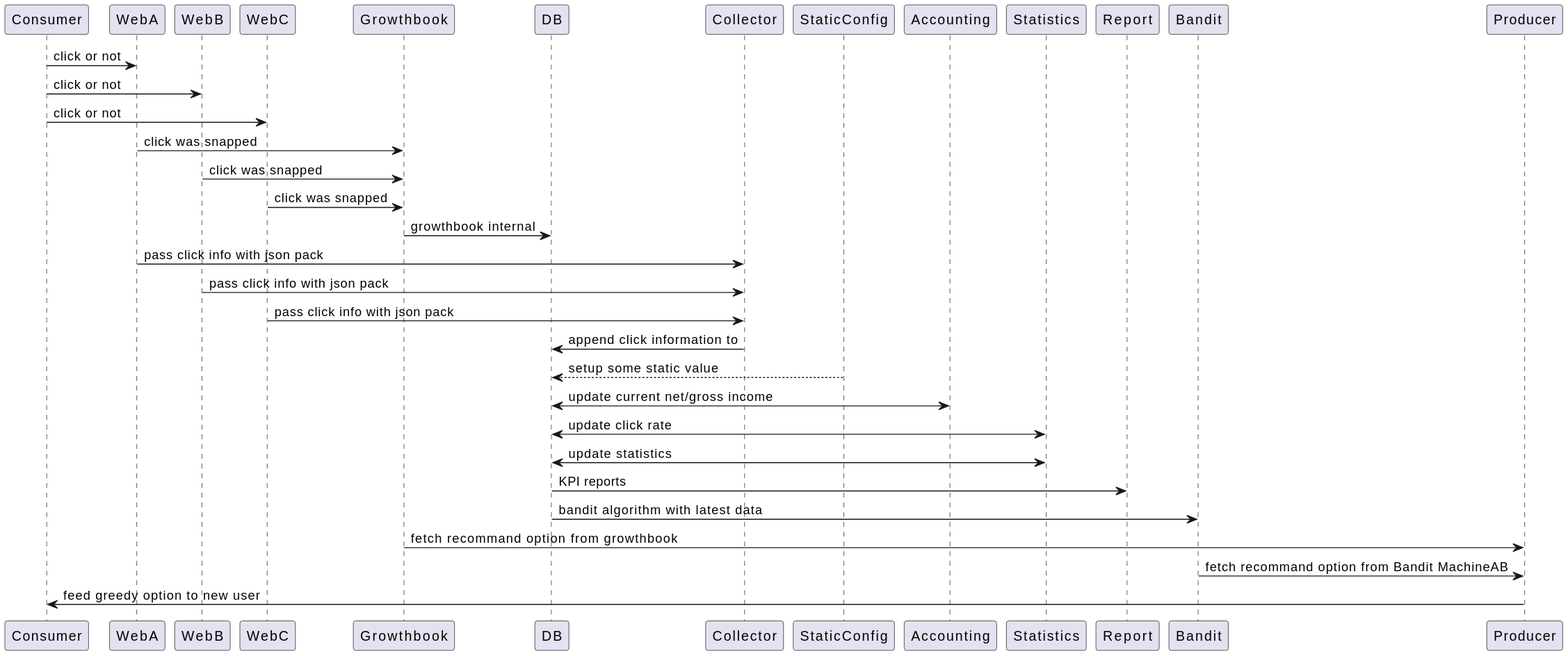
Before: 20220504_homework/bandit_homework.svg, a diagram exported from PlantUML (blankaII/my_bandit_test).
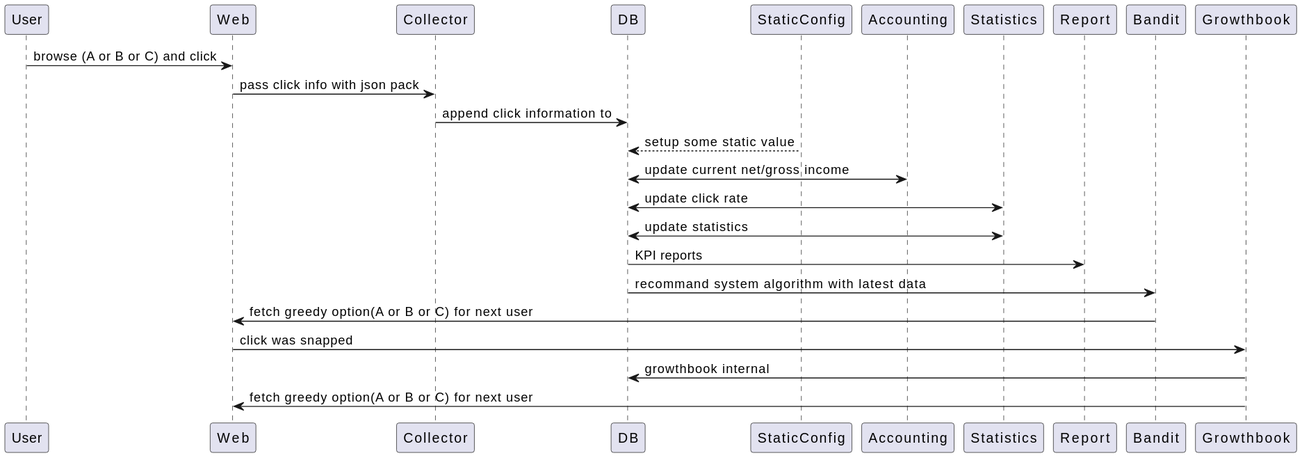
After the commit.

Change to the diagram source:
```diff
@@ -1,22 +1,16 @@
 @startuml
-Consumer -> WebA : click or not
-Consumer -> WebB : click or not
-Consumer -> WebC : click or not
-WebA -> Growthbook : click was snapped
-WebB -> Growthbook : click was snapped
-WebC -> Growthbook : click was snapped
-Growthbook -> DB : growthbook internal
-WebA -> Collector : pass click info with json pack
-WebB -> Collector : pass click info with json pack
-WebC -> Collector : pass click info with json pack
+User -> Web : browse (A or B or C) and click
+Web -> Collector : pass click info with json pack
 Collector -> DB : append click information to
 DB <-- StaticConfig : setup some static value
 DB <-> Accounting : update current net/gross income
 DB <-> Statistics : update click rate
 DB <-> Statistics : update statistics
 DB -> Report : KPI reports
-DB -> Bandit : bandit algorithm with latest data
-Growthbook -> Producer : fetch recommand option from growthbook
-Bandit -> Producer : fetch recommand option from Bandit MachineAB
-Producer -> Consumer : feed greedy option to new user
+DB -> Bandit : recommand system algorithm with latest data
+Bandit -> Web : fetch greedy option(A or B or C) for next user
+
+Web -> Growthbook : click was snapped
+Growthbook -> DB : growthbook internal
+Growthbook -> Web : fetch greedy option(A or B or C) for next user
 @enduml
```
